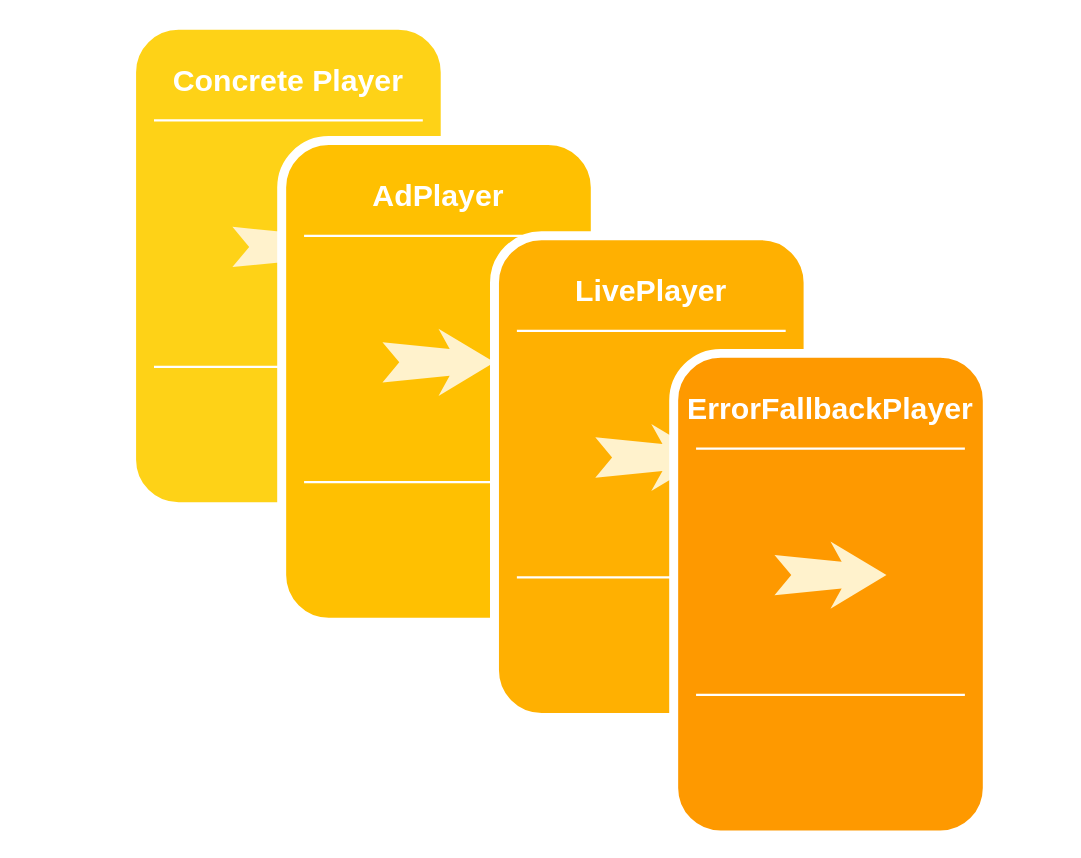
Before: Untitled Diagram.drawio in HyowonHwang/AndroidMediaPlayer, a draw.io diagram. Source tidied: cells renumbered, new cells numbered last; positions are measured from the earlier drawing's top-left corner, leaving out a move shared by most shapes. Both pictures are drawn from the tidied source at 112%, with x=0, y=0 at pixel (131, 25).
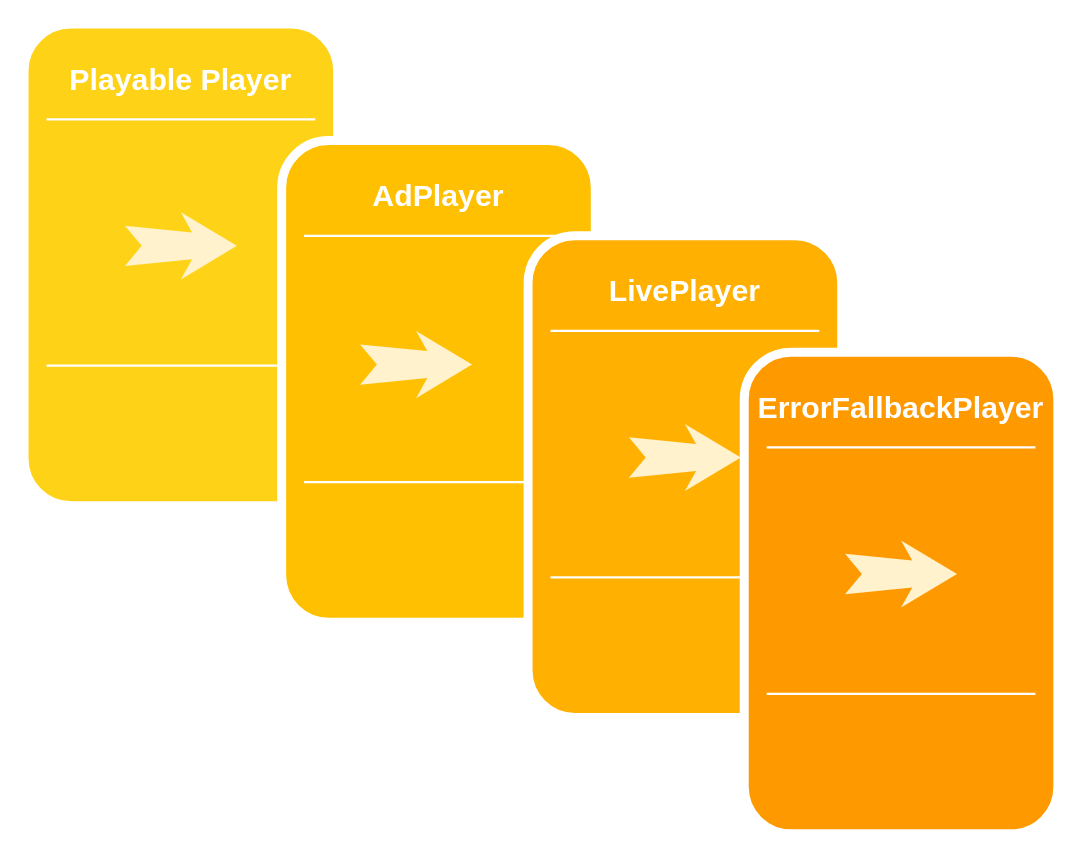
The same page after the edit.

Commit message:
updateplayer_dia

The edit, as a diff of the source:
```diff
@@
     <mxCell id="2" style="whiteSpace=wrap;html=1;rounded=1;shadow=0;strokeWidth=8;fontSize=20;align=center;fillColor=#FED217;strokeColor=#FFFFFF;" parent="1" vertex="1">
-      <mxGeometry width="280" height="430" as="geometry" />
+      <mxGeometry x="-96" y="-1" width="280" height="430" as="geometry" />
     </mxCell>
-    <mxCell id="3" value="Concrete Player" style="text;html=1;strokeColor=none;fillColor=none;align=center;verticalAlign=middle;whiteSpace=wrap;rounded=0;shadow=0;fontSize=27;fontColor=#FFFFFF;fontStyle=1;" parent="1" vertex="1">
-      <mxGeometry y="20" width="280" height="60" as="geometry" />
+    <mxCell id="3" value="Playable Player" style="text;html=1;strokeColor=none;fillColor=none;align=center;verticalAlign=middle;whiteSpace=wrap;rounded=0;shadow=0;fontSize=27;fontColor=#FFFFFF;fontStyle=1;" parent="1" vertex="1">
+      <mxGeometry x="-96" y="19" width="280" height="60" as="geometry" />
     </mxCell>
     <mxCell id="4" style="line;strokeWidth=2;html=1;rounded=0;shadow=0;fontSize=27;align=center;fillColor=none;strokeColor=#FFFFFF;" parent="1" vertex="1">
-      <mxGeometry x="20" y="80" width="240" height="10" as="geometry" />
+      <mxGeometry x="-76" y="79" width="240" height="10" as="geometry" />
     </mxCell>
     <mxCell id="5" style="line;strokeWidth=2;html=1;rounded=0;shadow=0;fontSize=27;align=center;fillColor=none;strokeColor=#FFFFFF;" parent="1" vertex="1">
-      <mxGeometry x="20" y="300" width="240" height="10" as="geometry" />
+      <mxGeometry x="-76" y="299" width="240" height="10" as="geometry" />
     </mxCell>
-    <mxCell id="6" style="html=1;shadow=0;dashed=0;align=center;verticalAlign=middle;shape=mxgraph.arrows2.stylisedArrow;dy=0.6;dx=40;notch=15;feather=0.4;rounded=0;strokeWidth=1;fontSize=27;strokeColor=none;fillColor=#fff2cc;" parent="1" vertex="1">
-      <mxGeometry x="90" y="168" width="100" height="60" as="geometry" />
-    </mxCell>
@@
-    <mxCell id="11" style="html=1;shadow=0;dashed=0;align=center;verticalAlign=middle;shape=mxgraph.arrows2.stylisedArrow;dy=0.6;dx=40;notch=15;feather=0.4;rounded=0;strokeWidth=1;fontSize=27;strokeColor=none;fillColor=#fff2cc;" parent="1" vertex="1">
-      <mxGeometry x="224" y="271" width="100" height="60" as="geometry" />
-    </mxCell>
     <mxCell id="12" style="whiteSpace=wrap;html=1;rounded=1;shadow=0;strokeWidth=8;fontSize=20;align=center;fillColor=#FFB001;strokeColor=#FFFFFF;" parent="1" vertex="1">
-      <mxGeometry x="324" y="188" width="280" height="430" as="geometry" />
+      <mxGeometry x="354" y="188" width="280" height="430" as="geometry" />
     </mxCell>
     <mxCell id="13" value="LivePlayer" style="text;html=1;strokeColor=none;fillColor=none;align=center;verticalAlign=middle;whiteSpace=wrap;rounded=0;shadow=0;fontSize=27;fontColor=#FFFFFF;fontStyle=1;" parent="1" vertex="1">
-      <mxGeometry x="324" y="208" width="280" height="60" as="geometry" />
+      <mxGeometry x="354" y="208" width="280" height="60" as="geometry" />
     </mxCell>
     <mxCell id="14" style="line;strokeWidth=2;html=1;rounded=0;shadow=0;fontSize=27;align=center;fillColor=none;strokeColor=#FFFFFF;" parent="1" vertex="1">
-      <mxGeometry x="344" y="268" width="240" height="10" as="geometry" />
+      <mxGeometry x="374" y="268" width="240" height="10" as="geometry" />
     </mxCell>
     <mxCell id="15" style="line;strokeWidth=2;html=1;rounded=0;shadow=0;fontSize=27;align=center;fillColor=none;strokeColor=#FFFFFF;" parent="1" vertex="1">
-      <mxGeometry x="344" y="488" width="240" height="10" as="geometry" />
+      <mxGeometry x="374" y="488" width="240" height="10" as="geometry" />
     </mxCell>
-    <mxCell id="16" style="html=1;shadow=0;dashed=0;align=center;verticalAlign=middle;shape=mxgraph.arrows2.stylisedArrow;dy=0.6;dx=40;notch=15;feather=0.4;rounded=0;strokeWidth=1;fontSize=27;strokeColor=none;fillColor=#fff2cc;" parent="1" vertex="1">
-      <mxGeometry x="414" y="356" width="100" height="60" as="geometry" />
-    </mxCell>
     <mxCell id="17" style="whiteSpace=wrap;html=1;rounded=1;shadow=0;strokeWidth=8;fontSize=20;align=center;fillColor=#FE9900;strokeColor=#FFFFFF;" parent="1" vertex="1">
-      <mxGeometry x="484" y="293" width="280" height="430" as="geometry" />
+      <mxGeometry x="547" y="292" width="280" height="430" as="geometry" />
     </mxCell>
     <mxCell id="18" value="ErrorFallbackPlayer" style="text;html=1;strokeColor=none;fillColor=none;align=center;verticalAlign=middle;whiteSpace=wrap;rounded=0;shadow=0;fontSize=27;fontColor=#FFFFFF;fontStyle=1;" parent="1" vertex="1">
-      <mxGeometry x="484" y="313" width="280" height="60" as="geometry" />
+      <mxGeometry x="547" y="312" width="280" height="60" as="geometry" />
     </mxCell>
     <mxCell id="19" style="line;strokeWidth=2;html=1;rounded=0;shadow=0;fontSize=27;align=center;fillColor=none;strokeColor=#FFFFFF;" parent="1" vertex="1">
-      <mxGeometry x="504" y="373" width="240" height="10" as="geometry" />
+      <mxGeometry x="567" y="372" width="240" height="10" as="geometry" />
     </mxCell>
     <mxCell id="20" style="line;strokeWidth=2;html=1;rounded=0;shadow=0;fontSize=27;align=center;fillColor=none;strokeColor=#FFFFFF;" parent="1" vertex="1">
-      <mxGeometry x="504" y="593" width="240" height="10" as="geometry" />
+      <mxGeometry x="567" y="592" width="240" height="10" as="geometry" />
     </mxCell>
     <mxCell id="21" style="html=1;shadow=0;dashed=0;align=center;verticalAlign=middle;shape=mxgraph.arrows2.stylisedArrow;dy=0.6;dx=40;notch=15;feather=0.4;rounded=0;strokeWidth=1;fontSize=27;strokeColor=none;fillColor=#fff2cc;" parent="1" vertex="1">
-      <mxGeometry x="574" y="461" width="100" height="60" as="geometry" />
+      <mxGeometry x="637" y="460" width="100" height="60" as="geometry" />
     </mxCell>
+    <mxCell id="6" style="html=1;shadow=0;dashed=0;align=center;verticalAlign=middle;shape=mxgraph.arrows2.stylisedArrow;dy=0.6;dx=40;notch=15;feather=0.4;rounded=0;strokeWidth=1;fontSize=27;strokeColor=none;fillColor=#fff2cc;" parent="1" vertex="1">
+      <mxGeometry x="-6" y="167" width="100" height="60" as="geometry" />
+    </mxCell>
+    <mxCell id="11" style="html=1;shadow=0;dashed=0;align=center;verticalAlign=middle;shape=mxgraph.arrows2.stylisedArrow;dy=0.6;dx=40;notch=15;feather=0.4;rounded=0;strokeWidth=1;fontSize=27;strokeColor=none;fillColor=#fff2cc;" parent="1" vertex="1">
+      <mxGeometry x="204" y="273" width="100" height="60" as="geometry" />
+    </mxCell>
+    <mxCell id="16" style="html=1;shadow=0;dashed=0;align=center;verticalAlign=middle;shape=mxgraph.arrows2.stylisedArrow;dy=0.6;dx=40;notch=15;feather=0.4;rounded=0;strokeWidth=1;fontSize=27;strokeColor=none;fillColor=#fff2cc;" parent="1" vertex="1">
+      <mxGeometry x="444" y="356" width="100" height="60" as="geometry" />
+    </mxCell>
```
